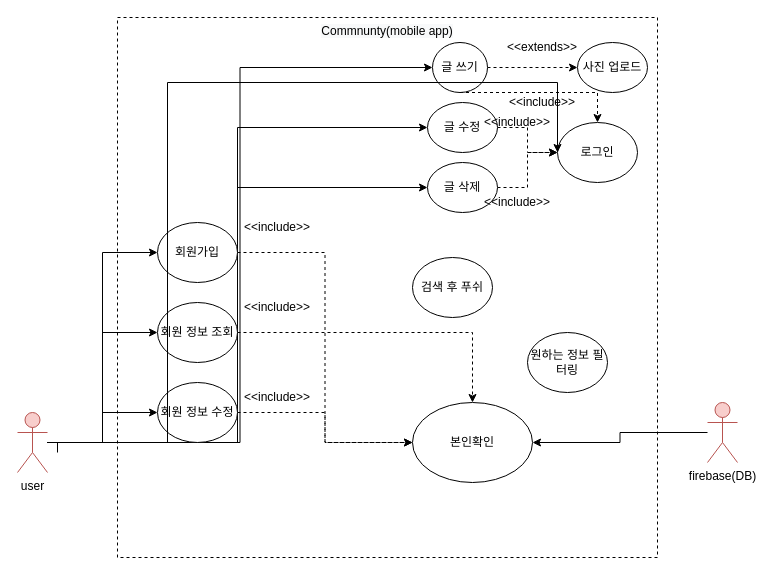
HSKIM9337/cnldjq keeps this draw.io diagram as USECASE.drawio. Above is the earlier version. Source tidied: cells renumbered, new cells numbered last; positions are measured from the earlier drawing's top-left corner, leaving out a move shared by most shapes. Both pictures are drawn from the tidied source at 100%, with x=0, y=0 at pixel (17, 17).
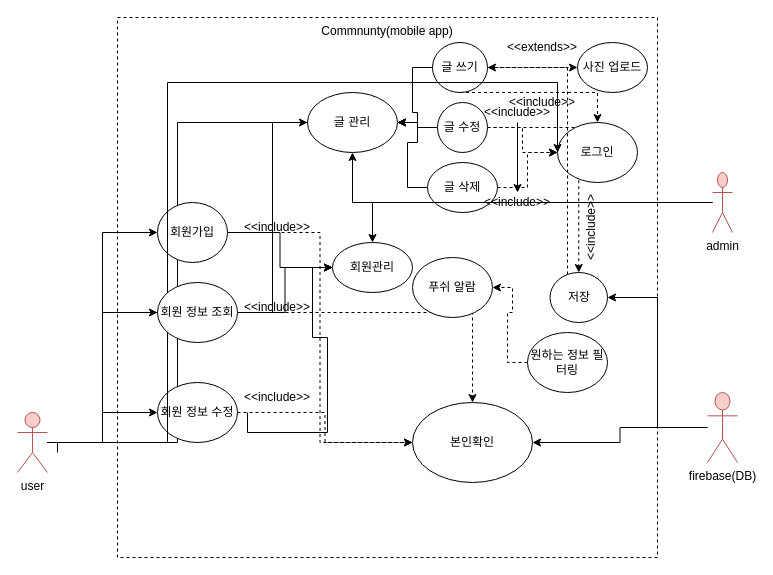
The same diagram, later.

The change refers to these unchanged cells:
```xml
<mxCell id="9" value="user" style="shape=umlActor;verticalLabelPosition=bottom;verticalAlign=top;html=1;outlineConnect=0;fillColor=#f8cecc;strokeColor=#b85450;shadow=0;horizontal=1;align=center;" parent="1" vertex="1">
  <mxGeometry y="395" width="30" height="60" as="geometry" />
</mxCell>
<mxCell id="15" value="글 쓰기" style="ellipse;whiteSpace=wrap;html=1;shadow=0;" parent="1" vertex="1">
  <mxGeometry x="415" y="25" width="55" height="50" as="geometry" />
</mxCell>
<mxCell id="19" value="글 삭제" style="ellipse;whiteSpace=wrap;html=1;shadow=0;" parent="1" vertex="1">
  <mxGeometry x="410" y="145" width="70" height="50" as="geometry" />
</mxCell>
<mxCell id="27" value="원하는 정보 필터링" style="ellipse;whiteSpace=wrap;html=1;shadow=0;" parent="1" vertex="1">
  <mxGeometry x="510" y="315" width="80" height="60" as="geometry" />
</mxCell>
<mxCell id="34" value="&amp;lt;&amp;lt;include&amp;gt;&amp;gt;" style="text;html=1;strokeColor=none;fillColor=none;align=center;verticalAlign=middle;whiteSpace=wrap;rounded=0;shadow=0;dashed=1;" parent="1" vertex="1">
  <mxGeometry x="485" y="175" width="30" height="20" as="geometry" />
</mxCell>
<mxCell id="37" value="&amp;lt;&amp;lt;include&amp;gt;&amp;gt;" style="text;html=1;strokeColor=none;fillColor=none;align=center;verticalAlign=middle;whiteSpace=wrap;rounded=0;shadow=0;dashed=1;" parent="1" vertex="1">
  <mxGeometry x="230" y="365" width="60" height="30" as="geometry" />
</mxCell>
```

Change to the diagram source:
```diff
@@
-    <mxCell id="3" style="edgeStyle=orthogonalEdgeStyle;rounded=0;jettySize=auto;html=1;entryX=0;entryY=0.5;entryDx=0;entryDy=0;" parent="1" edge="1" source="9" target="15">
+    <mxCell id="3" style="edgeStyle=orthogonalEdgeStyle;rounded=0;jettySize=auto;html=1;entryX=0;entryY=0.5;entryDx=0;entryDy=0;" parent="1" edge="1" source="9" target="50">
       <mxGeometry relative="1" as="geometry" />
     </mxCell>
-    <mxCell id="4" style="edgeStyle=orthogonalEdgeStyle;rounded=0;jettySize=auto;html=1;entryX=0;entryY=0.5;entryDx=0;entryDy=0;" parent="1" edge="1" source="9" target="17">
-      <mxGeometry relative="1" as="geometry" />
-    </mxCell>
-    <mxCell id="5" style="edgeStyle=orthogonalEdgeStyle;rounded=0;jettySize=auto;html=1;entryX=0;entryY=0.5;entryDx=0;entryDy=0;" parent="1" edge="1" source="9" target="19">
-      <mxGeometry relative="1" as="geometry" />
-    </mxCell>
@@
-    <mxCell id="11" value="회원 정보 조회" style="ellipse;whiteSpace=wrap;html=1;shadow=0;" parent="1" vertex="1">
-      <mxGeometry x="140" y="285" width="80" height="60" as="geometry" />
-    </mxCell>
@@
+    <mxCell id="38" style="edgeStyle=orthogonalEdgeStyle;rounded=0;jettySize=auto;html=1;exitX=0;exitY=0.5;exitDx=0;exitDy=0;entryX=1;entryY=0.5;entryDx=0;entryDy=0;" parent="1" edge="1" source="15" target="50">
+      <mxGeometry relative="1" as="geometry" />
+    </mxCell>
@@
+    <mxCell id="39" style="edgeStyle=orthogonalEdgeStyle;rounded=0;jettySize=auto;html=1;" parent="1" edge="1" source="17" target="50">
+      <mxGeometry relative="1" as="geometry" />
+    </mxCell>
+    <mxCell id="40" style="edgeStyle=orthogonalEdgeStyle;rounded=0;jettySize=auto;html=1;exitX=1;exitY=0.5;exitDx=0;exitDy=0;dashed=1;" parent="1" edge="1" source="17" target="48">
+      <mxGeometry relative="1" as="geometry" />
+    </mxCell>
     <mxCell id="17" value="글 수정" style="ellipse;whiteSpace=wrap;html=1;shadow=0;" parent="1" vertex="1">
-      <mxGeometry x="410" y="85" width="70" height="50" as="geometry" />
+      <mxGeometry x="420" y="85" width="50" height="50" as="geometry" />
     </mxCell>
@@
+    <mxCell id="41" style="edgeStyle=orthogonalEdgeStyle;rounded=0;jettySize=auto;html=1;entryX=1;entryY=0.5;entryDx=0;entryDy=0;" parent="1" edge="1" source="19" target="50">
+      <mxGeometry relative="1" as="geometry" />
+    </mxCell>
@@
+    <mxCell id="42" style="edgeStyle=orthogonalEdgeStyle;rounded=0;jettySize=auto;html=1;entryX=1;entryY=0.5;entryDx=0;entryDy=0;" parent="1" edge="1" source="21" target="48">
+      <mxGeometry relative="1" as="geometry" />
+    </mxCell>
     <mxCell id="21" value="firebase(DB)&lt;br&gt;" style="shape=umlActor;verticalLabelPosition=bottom;verticalAlign=top;html=1;outlineConnect=0;fillColor=#f8cecc;strokeColor=#b85450;shadow=0;horizontal=1;align=center;" parent="1" vertex="1">
-      <mxGeometry x="690" y="385" width="30" height="60" as="geometry" />
+      <mxGeometry x="690" y="375" width="30" height="70" as="geometry" />
     </mxCell>
@@
+    <mxCell id="43" style="edgeStyle=orthogonalEdgeStyle;rounded=0;jettySize=auto;html=1;" parent="1" edge="1" source="26" target="52">
+      <mxGeometry relative="1" as="geometry" />
+    </mxCell>
     <mxCell id="26" value="회원가입" style="ellipse;whiteSpace=wrap;html=1;shadow=0;" parent="1" vertex="1">
-      <mxGeometry x="140" y="205" width="80" height="60" as="geometry" />
+      <mxGeometry x="140" y="185" width="70" height="60" as="geometry" />
     </mxCell>
+    <mxCell id="44" style="edgeStyle=orthogonalEdgeStyle;rounded=0;jettySize=auto;html=1;entryX=1;entryY=0.5;entryDx=0;entryDy=0;dashed=1;" parent="1" edge="1" source="27" target="28">
+      <mxGeometry relative="1" as="geometry" />
+    </mxCell>
@@
-    <mxCell id="28" value="검색 후 푸쉬" style="ellipse;whiteSpace=wrap;html=1;shadow=0;" parent="1" vertex="1">
+    <mxCell id="28" value="푸쉬 알람" style="ellipse;whiteSpace=wrap;html=1;shadow=0;" parent="1" vertex="1">
       <mxGeometry x="395" y="240" width="80" height="60" as="geometry" />
     </mxCell>
@@
+    <mxCell id="45" style="edgeStyle=orthogonalEdgeStyle;rounded=0;jettySize=auto;html=1;" parent="1" edge="1" source="33" target="34">
+      <mxGeometry relative="1" as="geometry" />
+    </mxCell>
     <mxCell id="33" value="&amp;lt;&amp;lt;include&amp;gt;&amp;gt;" style="text;html=1;strokeColor=none;fillColor=none;align=center;verticalAlign=middle;whiteSpace=wrap;rounded=0;shadow=0;dashed=1;" parent="1" vertex="1">
-      <mxGeometry x="485" y="95" width="30" height="20" as="geometry" />
+      <mxGeometry x="485" y="85" width="30" height="20" as="geometry" />
     </mxCell>
@@
+    <mxCell id="46" style="edgeStyle=orthogonalEdgeStyle;rounded=0;jettySize=auto;html=1;exitX=0;exitY=1;exitDx=0;exitDy=0;entryX=0;entryY=0.5;entryDx=0;entryDy=0;" parent="1" edge="1" source="37" target="52">
+      <mxGeometry relative="1" as="geometry" />
+    </mxCell>
@@
+    <mxCell id="47" style="edgeStyle=orthogonalEdgeStyle;rounded=0;jettySize=auto;html=1;entryX=1;entryY=0.5;entryDx=0;entryDy=0;dashed=1;" parent="1" edge="1" source="48" target="15">
+      <mxGeometry relative="1" as="geometry">
+        <Array as="points">
+          <mxPoint x="550" y="50" />
+        </Array>
+      </mxGeometry>
+    </mxCell>
+    <mxCell id="48" value="저장" style="ellipse;whiteSpace=wrap;html=1;shadow=0;" parent="1" vertex="1">
+      <mxGeometry x="532.5" y="255" width="57.5" height="50" as="geometry" />
+    </mxCell>
+    <mxCell id="49" value="&amp;lt;&amp;lt;include&amp;gt;&amp;gt;" style="text;html=1;strokeColor=none;fillColor=none;align=center;verticalAlign=top;whiteSpace=wrap;rounded=0;horizontal=0;" parent="1" vertex="1">
+      <mxGeometry x="560" y="195" width="60" height="30" as="geometry" />
+    </mxCell>
+    <mxCell id="50" value="글 관리" style="ellipse;whiteSpace=wrap;html=1;" parent="1" vertex="1">
+      <mxGeometry x="290" y="75" width="90" height="60" as="geometry" />
+    </mxCell>
+    <mxCell id="51" style="edgeStyle=orthogonalEdgeStyle;rounded=0;jettySize=auto;html=1;entryX=0;entryY=0.5;entryDx=0;entryDy=0;endArrow=none;startArrow=none;" parent="1" edge="1" source="11" target="50">
+      <mxGeometry relative="1" as="geometry" />
+    </mxCell>
+    <mxCell id="52" value="회원관리" style="ellipse;whiteSpace=wrap;html=1;" parent="1" vertex="1">
+      <mxGeometry x="315" y="225" width="80" height="50" as="geometry" />
+    </mxCell>
+    <mxCell id="53" style="edgeStyle=orthogonalEdgeStyle;rounded=0;jettySize=auto;html=1;exitX=1;exitY=0.5;exitDx=0;exitDy=0;" parent="1" edge="1" source="11" target="52">
+      <mxGeometry relative="1" as="geometry" />
+    </mxCell>
+    <mxCell id="11" value="회원 정보 조회" style="ellipse;whiteSpace=wrap;html=1;shadow=0;" parent="1" vertex="1">
+      <mxGeometry x="140" y="265" width="80" height="60" as="geometry" />
+    </mxCell>
+    <mxCell id="54" style="edgeStyle=orthogonalEdgeStyle;rounded=0;jettySize=auto;html=1;entryX=0;entryY=0.5;entryDx=0;entryDy=0;endArrow=none;" parent="1" edge="1" source="9" target="11">
+      <mxGeometry relative="1" as="geometry" />
+    </mxCell>
+    <mxCell id="55" style="edgeStyle=orthogonalEdgeStyle;rounded=0;jettySize=auto;html=1;" parent="1" edge="1" source="57" target="52">
+      <mxGeometry relative="1" as="geometry" />
+    </mxCell>
+    <mxCell id="56" style="edgeStyle=orthogonalEdgeStyle;rounded=0;jettySize=auto;html=1;" parent="1" edge="1" source="57" target="50">
+      <mxGeometry relative="1" as="geometry" />
+    </mxCell>
+    <mxCell id="57" value="admin&lt;br&gt;" style="shape=umlActor;verticalLabelPosition=bottom;verticalAlign=top;html=1;outlineConnect=0;fillColor=#f8cecc;strokeColor=#b85450;shadow=0;horizontal=1;align=center;" parent="1" vertex="1">
+      <mxGeometry x="695" y="155" width="20" height="60" as="geometry" />
+    </mxCell>
```
